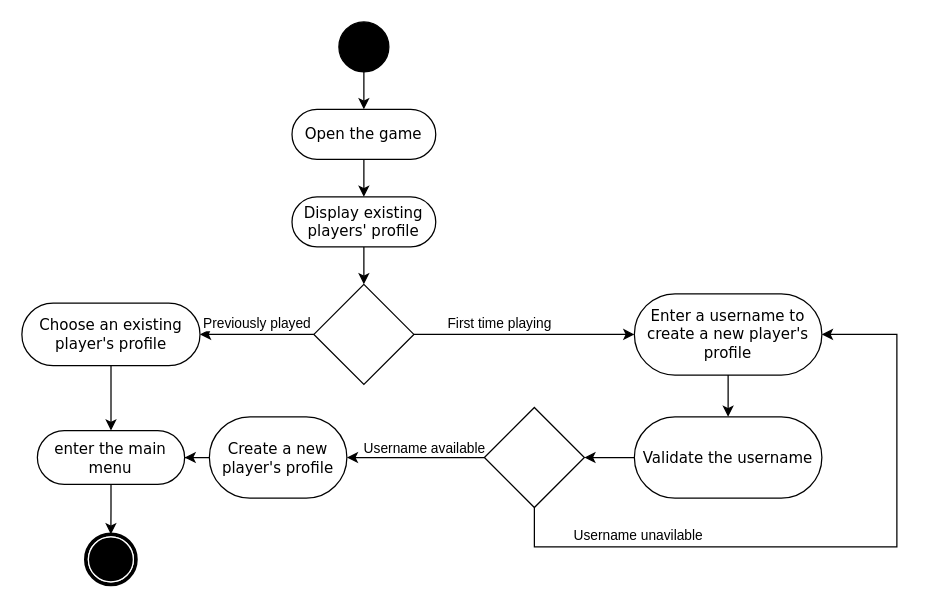
Earlier version of the draw.io diagram choose player's profile.drawio (maxinimize/uml). Source tidied: cells renumbered, new cells numbered last; positions are measured from the earlier drawing's top-left corner, leaving out a move shared by most shapes. Both pictures are drawn from the tidied source at 125%, with x=0, y=0 at pixel (21, 21).
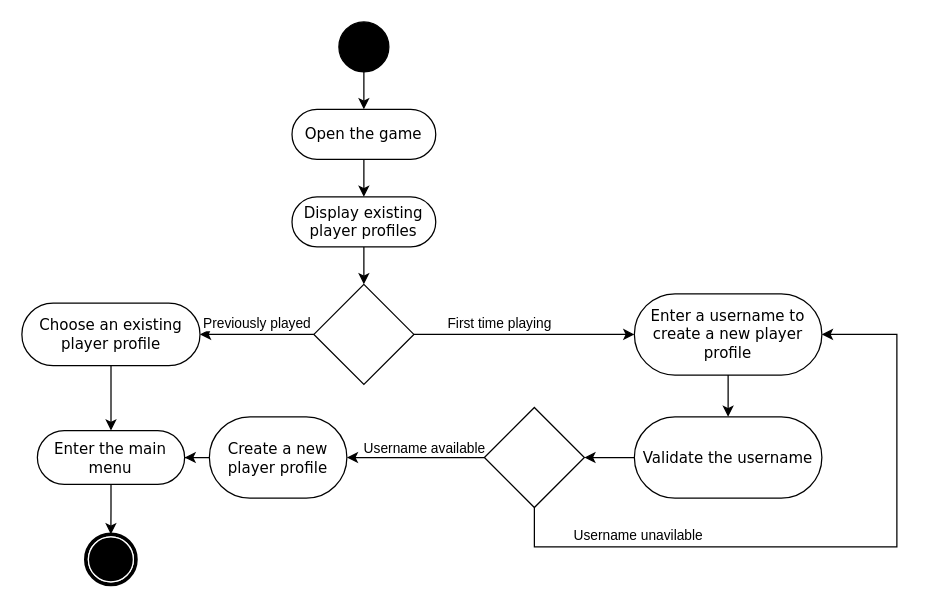
Above is the later version.

The edit, as a diff of the source:
```diff
@@
-    <mxCell id="3" value="Choose an existing player's profile" style="rounded=1;whiteSpace=wrap;html=1;shadow=0;comic=0;labelBackgroundColor=none;strokeWidth=1;fontFamily=Verdana;fontSize=12;align=center;arcSize=50;" parent="1" vertex="1">
+    <mxCell id="3" value="Choose an existing player profile" style="rounded=1;whiteSpace=wrap;html=1;shadow=0;comic=0;labelBackgroundColor=none;strokeWidth=1;fontFamily=Verdana;fontSize=12;align=center;arcSize=50;" parent="1" vertex="1">
       <mxGeometry y="225" width="142.5" height="50" as="geometry" />
     </mxCell>
@@
-    <mxCell id="7" value="enter the main menu" style="rounded=1;whiteSpace=wrap;html=1;shadow=0;comic=0;labelBackgroundColor=none;strokeWidth=1;fontFamily=Verdana;fontSize=12;align=center;arcSize=50;" parent="1" vertex="1">
+    <mxCell id="7" value="Enter the main menu" style="rounded=1;whiteSpace=wrap;html=1;shadow=0;comic=0;labelBackgroundColor=none;strokeWidth=1;fontFamily=Verdana;fontSize=12;align=center;arcSize=50;" parent="1" vertex="1">
       <mxGeometry x="12.4" y="327" width="117.8" height="43" as="geometry" />
     </mxCell>
@@
-    <mxCell id="10" value="Display existing players' profile" style="rounded=1;whiteSpace=wrap;html=1;shadow=0;comic=0;labelBackgroundColor=none;strokeWidth=1;fontFamily=Verdana;fontSize=12;align=center;arcSize=50;" parent="1" vertex="1">
+    <mxCell id="10" value="Display existing player profiles" style="rounded=1;whiteSpace=wrap;html=1;shadow=0;comic=0;labelBackgroundColor=none;strokeWidth=1;fontFamily=Verdana;fontSize=12;align=center;arcSize=50;" parent="1" vertex="1">
       <mxGeometry x="216.1" y="140" width="115" height="40" as="geometry" />
     </mxCell>
@@
-    <mxCell id="19" value="Enter a username to create a new player's profile" style="rounded=1;whiteSpace=wrap;html=1;shadow=0;comic=0;labelBackgroundColor=none;strokeWidth=1;fontFamily=Verdana;fontSize=12;align=center;arcSize=50;" parent="1" vertex="1">
+    <mxCell id="19" value="Enter a username to create a new player profile" style="rounded=1;whiteSpace=wrap;html=1;shadow=0;comic=0;labelBackgroundColor=none;strokeWidth=1;fontFamily=Verdana;fontSize=12;align=center;arcSize=50;" parent="1" vertex="1">
       <mxGeometry x="490" y="217.5" width="150" height="65" as="geometry" />
     </mxCell>
@@
-    <mxCell id="29" value="Create a new player's profile" style="rounded=1;whiteSpace=wrap;html=1;shadow=0;comic=0;labelBackgroundColor=none;strokeWidth=1;fontFamily=Verdana;fontSize=12;align=center;arcSize=50;" parent="1" vertex="1">
+    <mxCell id="29" value="Create a new player profile" style="rounded=1;whiteSpace=wrap;html=1;shadow=0;comic=0;labelBackgroundColor=none;strokeWidth=1;fontFamily=Verdana;fontSize=12;align=center;arcSize=50;" parent="1" vertex="1">
       <mxGeometry x="150" y="316" width="110" height="65" as="geometry" />
     </mxCell>
```
